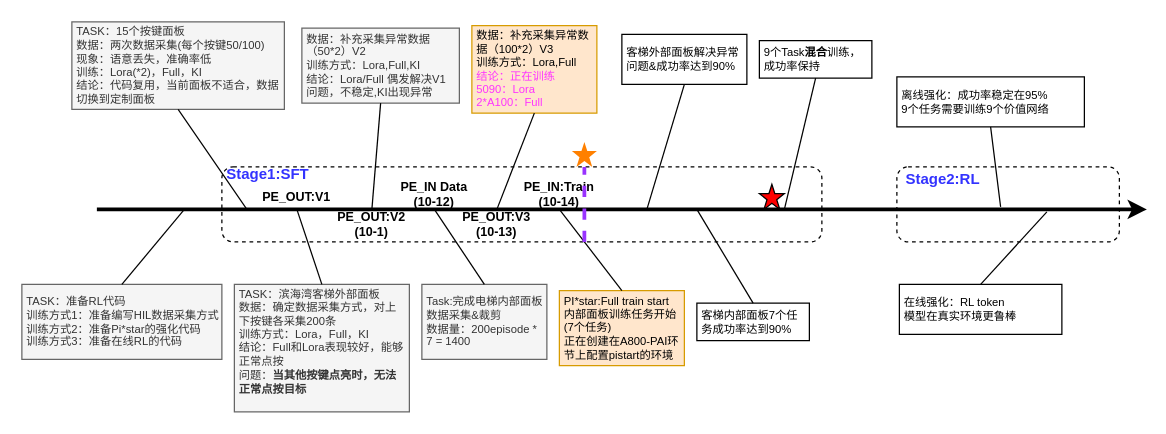
Before: LLM/VLA/VLA-电梯按键场景.drawio in mailonghua/drawio, a draw.io diagram. Source tidied: cells renumbered, new cells numbered last; positions are measured from the earlier drawing's top-left corner, leaving out a move shared by most shapes. Both pictures are drawn from the tidied source at 125%, with x=0, y=0 at pixel (21, 21).
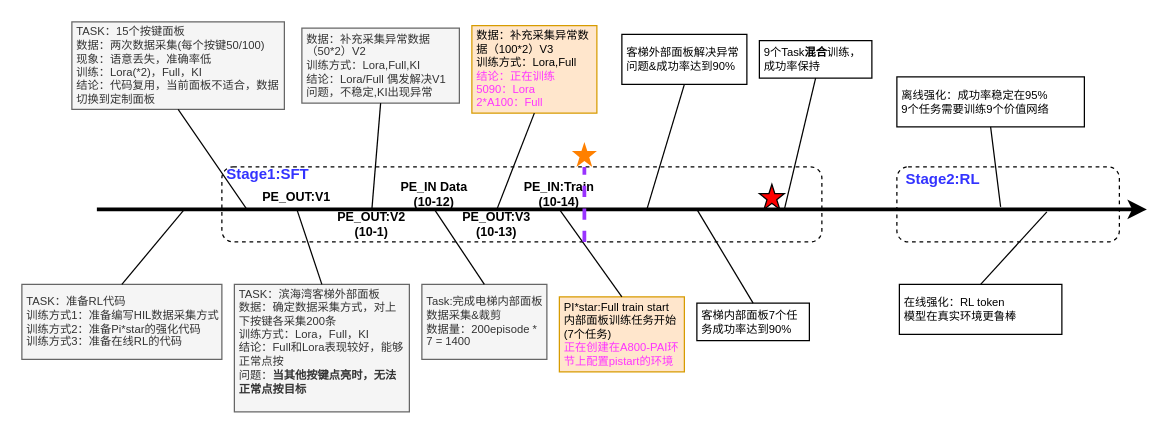
Above is the later version.

Commit message:
更新VLA-电梯按键场景.drawio

Change to the diagram source:
```diff
@@
-    <mxCell id="20" value="PI*star:Full train start&lt;br&gt;内部面板训练任务开始(7个任务)&lt;br&gt;正在创建在A800-PAI环节上配置pistart的环境" style="whiteSpace=wrap;html=1;rounded=0;arcSize=50;align=left;verticalAlign=middle;strokeWidth=1;spacing=4;newEdgeStyle={&quot;edgeStyle&quot;:&quot;entityRelationEdgeStyle&quot;,&quot;startArrow&quot;:&quot;none&quot;,&quot;endArrow&quot;:&quot;none&quot;,&quot;segment&quot;:10,&quot;curved&quot;:1,&quot;sourcePerimeterSpacing&quot;:0,&quot;targetPerimeterSpacing&quot;:0};fillColor=#ffe6cc;strokeColor=#d79b00;fontSize=9;" parent="1" vertex="1">
-      <mxGeometry x="430" y="215" width="100" height="60" as="geometry" />
+    <mxCell id="20" value="PI*star:Full train start&lt;br&gt;内部面板训练任务开始(7个任务)&lt;br&gt;&lt;span style=&quot;color: rgb(255, 51, 255);&quot;&gt;正在创建在A800-PAI环节上配置pistart的环境&lt;/span&gt;" style="whiteSpace=wrap;html=1;rounded=0;arcSize=50;align=left;verticalAlign=middle;strokeWidth=1;spacing=4;newEdgeStyle={&quot;edgeStyle&quot;:&quot;entityRelationEdgeStyle&quot;,&quot;startArrow&quot;:&quot;none&quot;,&quot;endArrow&quot;:&quot;none&quot;,&quot;segment&quot;:10,&quot;curved&quot;:1,&quot;sourcePerimeterSpacing&quot;:0,&quot;targetPerimeterSpacing&quot;:0};fillColor=#ffe6cc;strokeColor=#d79b00;fontSize=9;" parent="1" vertex="1">
+      <mxGeometry x="430" y="220" width="100" height="60" as="geometry" />
     </mxCell>
```
